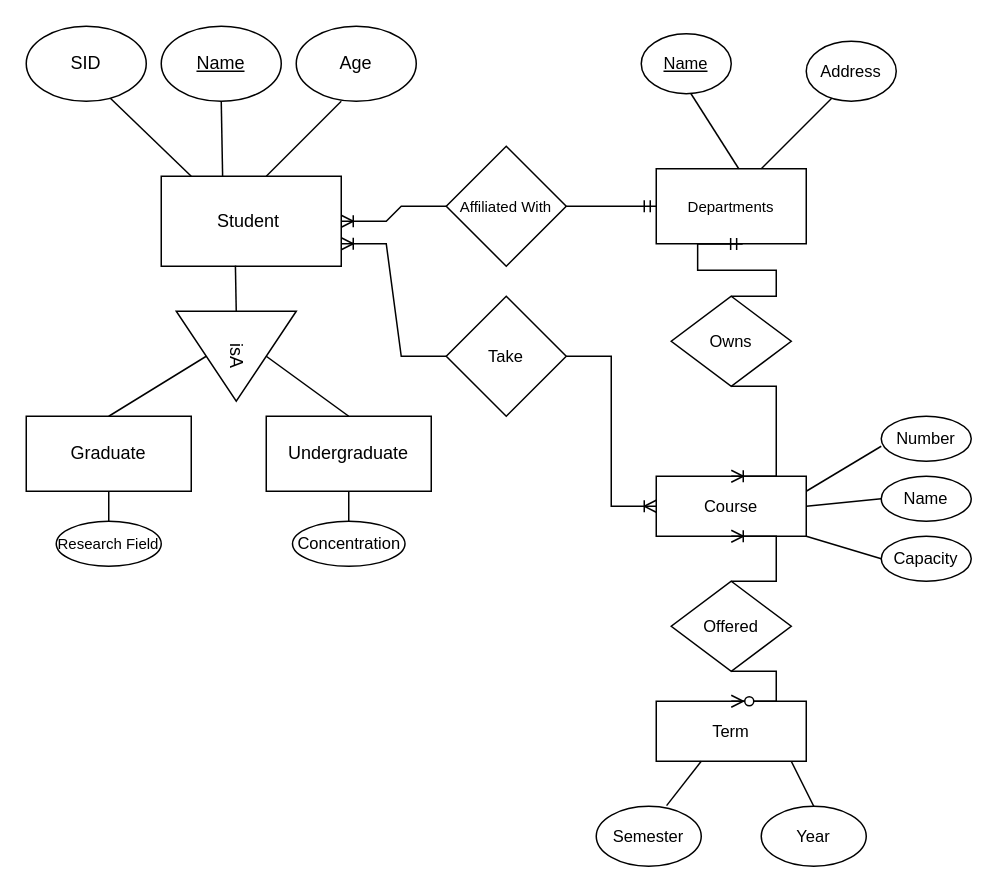
Above: Untitled Diagram.drawio in psaghafi/SQL-ER-Diagram (draw.io), before the change. Source tidied: cells renumbered, new cells numbered last; positions are measured from the earlier drawing's top-left corner, leaving out a move shared by most shapes. Both pictures are drawn from the tidied source at 150%, with x=0, y=0 at pixel (26, 26).
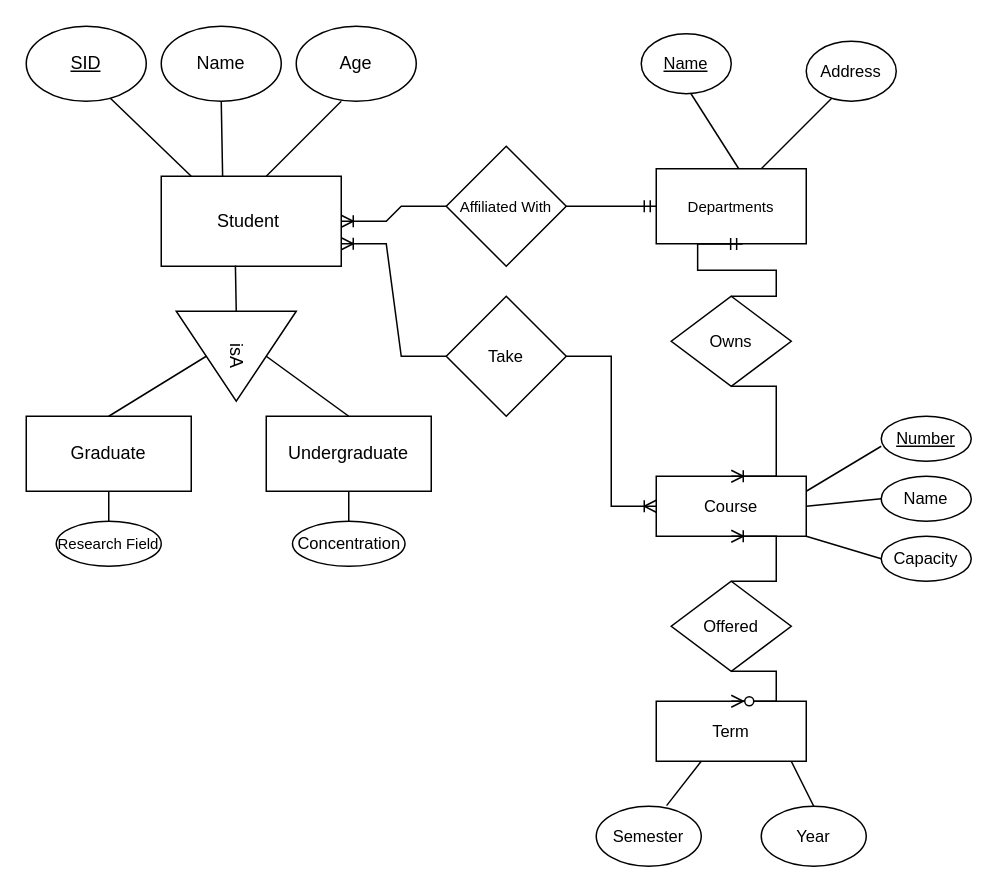
The same diagram, later.

Diff of the diagram source:
```diff
@@
-    <mxCell id="3" value="SID" style="ellipse;whiteSpace=wrap;html=1;" parent="1" vertex="1">
+    <mxCell id="3" value="&lt;u&gt;SID&lt;/u&gt;" style="ellipse;whiteSpace=wrap;html=1;" parent="1" vertex="1">
       <mxGeometry width="80" height="50" as="geometry" />
     </mxCell>
-    <mxCell id="4" value="&lt;u&gt;Name&lt;/u&gt;" style="ellipse;whiteSpace=wrap;html=1;" parent="1" vertex="1">
+    <mxCell id="4" value="Name" style="ellipse;whiteSpace=wrap;html=1;" parent="1" vertex="1">
       <mxGeometry x="90" width="80" height="50" as="geometry" />
     </mxCell>
@@
-    <mxCell id="22" value="&lt;u style=&quot;font-size: 11px&quot;&gt;Name&lt;/u&gt;" style="ellipse;whiteSpace=wrap;html=1;fontSize=10;" parent="1" vertex="1">
+    <mxCell id="22" value="&lt;span style=&quot;font-size: 11px&quot;&gt;&lt;u&gt;Name&lt;/u&gt;&lt;/span&gt;" style="ellipse;whiteSpace=wrap;html=1;fontSize=10;" parent="1" vertex="1">
       <mxGeometry x="410" y="5" width="60" height="40" as="geometry" />
     </mxCell>
@@
-    <mxCell id="31" value="Number" style="ellipse;whiteSpace=wrap;html=1;fontSize=11;" parent="1" vertex="1">
+    <mxCell id="31" value="&lt;u&gt;Number&lt;/u&gt;" style="ellipse;whiteSpace=wrap;html=1;fontSize=11;" parent="1" vertex="1">
       <mxGeometry x="570" y="260" width="60" height="30" as="geometry" />
     </mxCell>
```
